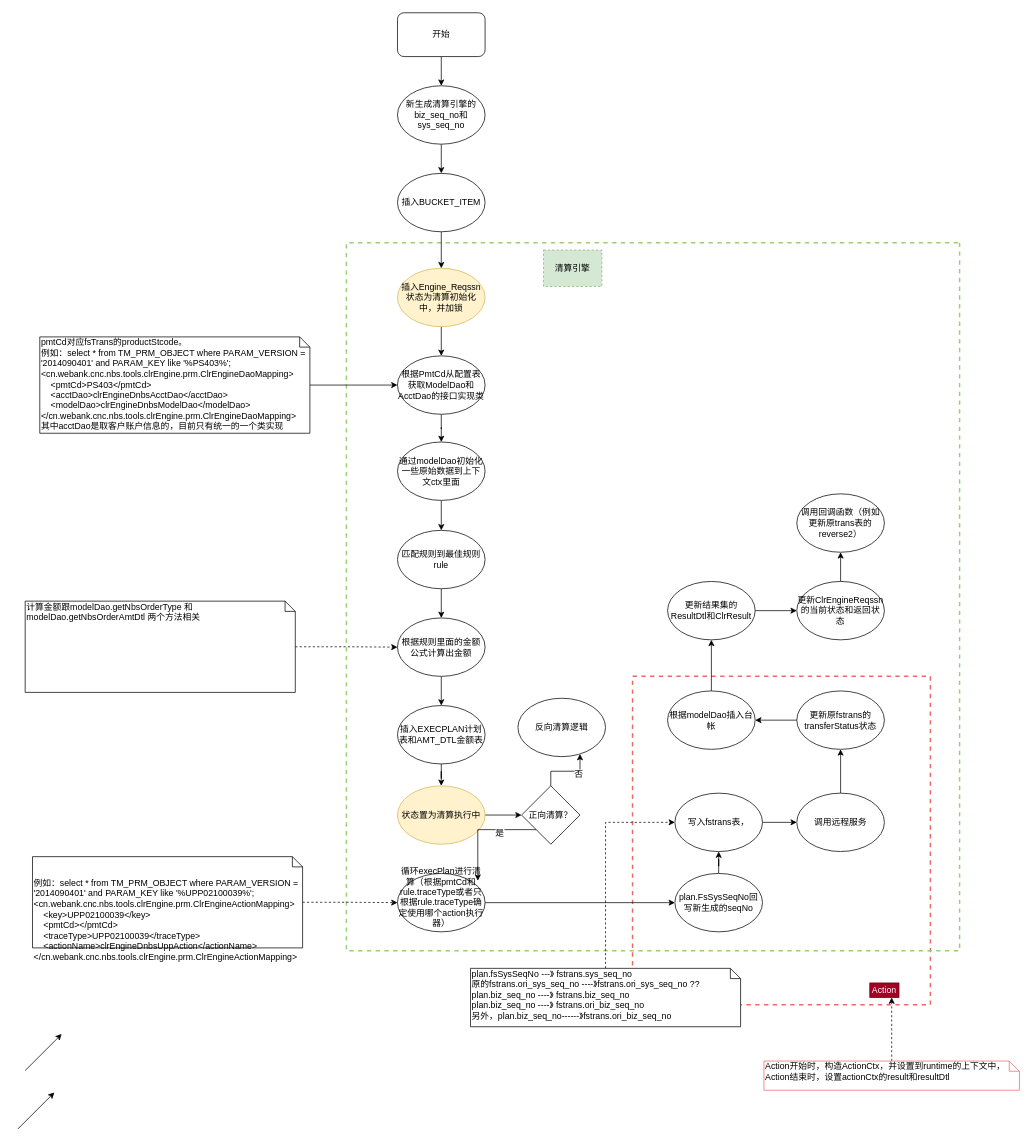
staconfree/design keeps this draw.io diagram as 清算引擎.drawio. Above is the earlier version. Source tidied: cells renumbered, new cells numbered last; positions are measured from the earlier drawing's top-left corner, leaving out a move shared by most shapes. Both pictures are drawn from the tidied source at 73%, with x=0, y=0 at pixel (18, 12).
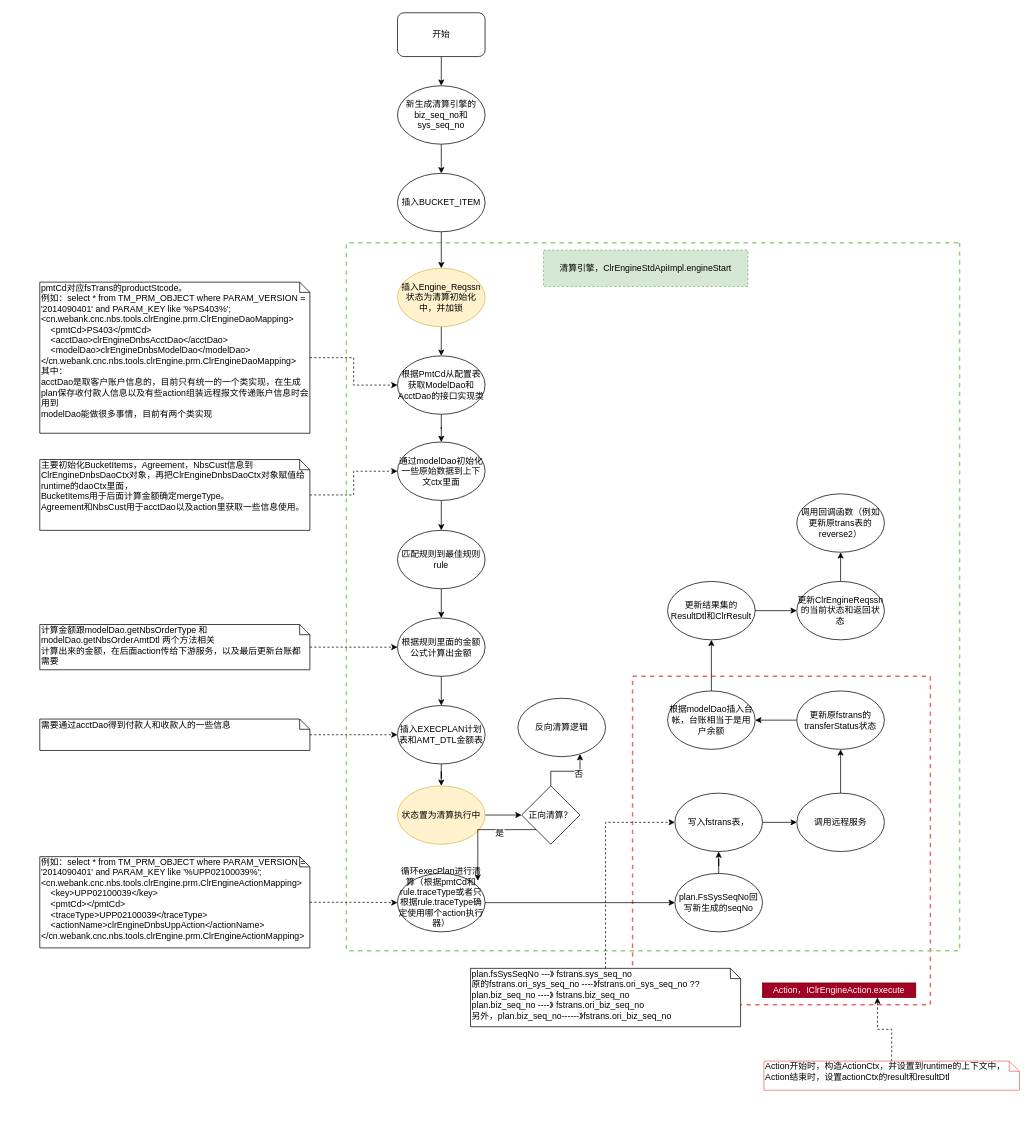
The same page after the edit.

Commit message:
更新清算引擎.drawio

Unchanged cells that the change refers to:
```xml
<mxCell id="11" value="根据PmtCd从配置表获取ModelDao和AcctDao的接口实现类" style="ellipse;whiteSpace=wrap;html=1;" parent="1" vertex="1">
  <mxGeometry x="520" y="470" width="120" height="80" as="geometry" />
</mxCell>
<mxCell id="17" value="通过modelDao初始化一些原始数据到上下文ctx里面" style="ellipse;whiteSpace=wrap;html=1;" parent="1" vertex="1">
  <mxGeometry x="520" y="588" width="120" height="80" as="geometry" />
</mxCell>
<mxCell id="23" value="插入EXECPLAN计划表和AMT_DTL金额表" style="ellipse;whiteSpace=wrap;html=1;" parent="1" vertex="1">
  <mxGeometry x="520" y="949" width="120" height="80" as="geometry" />
</mxCell>
```

Diff of the diagram source:
```diff
@@
-    <mxCell id="12" style="edgeStyle=orthogonalEdgeStyle;rounded=0;jettySize=auto;html=1;entryX=0;entryY=0.5;entryDx=0;entryDy=0;" parent="1" edge="1" source="13" target="11">
+    <mxCell id="12" style="edgeStyle=orthogonalEdgeStyle;rounded=0;jettySize=auto;html=1;entryX=0;entryY=0.5;entryDx=0;entryDy=0;dashed=1;" parent="1" edge="1" source="13" target="11">
       <mxGeometry relative="1" as="geometry" />
     </mxCell>
-    <mxCell id="13" value="pmtCd对应fsTrans的productStcode。&lt;br&gt;例如：select * from TM_PRM_OBJECT where PARAM_VERSION = '2014090401' and PARAM_KEY like '%PS403%';&lt;br&gt;&amp;lt;cn.webank.cnc.nbs.tools.clrEngine.prm.ClrEngineDaoMapping&amp;gt;&lt;br&gt;&amp;nbsp;&amp;nbsp;&amp;nbsp; &amp;lt;pmtCd&amp;gt;PS403&amp;lt;/pmtCd&amp;gt;&lt;br&gt;&amp;nbsp;&amp;nbsp;&amp;nbsp; &amp;lt;acctDao&amp;gt;clrEngineDnbsAcctDao&amp;lt;/acctDao&amp;gt;&lt;br&gt;&amp;nbsp;&amp;nbsp;&amp;nbsp; &amp;lt;modelDao&amp;gt;clrEngineDnbsModelDao&amp;lt;/modelDao&amp;gt;&lt;br&gt;&lt;div&gt;&amp;lt;/cn.webank.cnc.nbs.tools.clrEngine.prm.ClrEngineDaoMapping&amp;gt;&lt;/div&gt;&lt;div&gt;其中acctDao是取客户账户信息的，目前只有统一的一个类实现&lt;br&gt;&lt;/div&gt;" style="shape=note;whiteSpace=wrap;html=1;size=14;verticalAlign=top;align=left;spacingTop=-6;" parent="1" vertex="1">
-      <mxGeometry x="30" y="444" width="370" height="132" as="geometry" />
+    <mxCell id="13" value="pmtCd对应fsTrans的productStcode。&lt;br&gt;例如：select * from TM_PRM_OBJECT where PARAM_VERSION = '2014090401' and PARAM_KEY like '%PS403%';&lt;br&gt;&amp;lt;cn.webank.cnc.nbs.tools.clrEngine.prm.ClrEngineDaoMapping&amp;gt;&lt;br&gt;&amp;nbsp;&amp;nbsp;&amp;nbsp; &amp;lt;pmtCd&amp;gt;PS403&amp;lt;/pmtCd&amp;gt;&lt;br&gt;&amp;nbsp;&amp;nbsp;&amp;nbsp; &amp;lt;acctDao&amp;gt;clrEngineDnbsAcctDao&amp;lt;/acctDao&amp;gt;&lt;br&gt;&amp;nbsp;&amp;nbsp;&amp;nbsp; &amp;lt;modelDao&amp;gt;clrEngineDnbsModelDao&amp;lt;/modelDao&amp;gt;&lt;br&gt;&lt;div&gt;&amp;lt;/cn.webank.cnc.nbs.tools.clrEngine.prm.ClrEngineDaoMapping&amp;gt;&lt;/div&gt;&lt;div&gt;其中：&lt;/div&gt;&lt;div&gt;acctDao是取客户账户信息的，目前只有统一的一个类实现，在生成plan保存收付款人信息以及有些action组装远程报文传递账户信息时会用到&lt;/div&gt;&lt;div&gt;modelDao能做很多事情，目前有两个类实现&lt;br&gt;&lt;/div&gt;" style="shape=note;whiteSpace=wrap;html=1;size=14;verticalAlign=top;align=left;spacingTop=-6;" parent="1" vertex="1">
+      <mxGeometry x="30" y="369" width="370" height="207" as="geometry" />
     </mxCell>
@@
-    <mxCell id="29" value="&lt;div&gt;&lt;br&gt;&lt;/div&gt;&lt;div&gt;&lt;br&gt;&lt;/div&gt;&lt;div&gt;例如：select * from TM_PRM_OBJECT where PARAM_VERSION = '2014090401' and PARAM_KEY like '%UPP02100039%';&lt;/div&gt;&amp;lt;cn.webank.cnc.nbs.tools.clrEngine.prm.ClrEngineActionMapping&amp;gt;&lt;br&gt;&amp;nbsp;&amp;nbsp;&amp;nbsp; &amp;lt;key&amp;gt;UPP02100039&amp;lt;/key&amp;gt;&lt;br&gt;&amp;nbsp;&amp;nbsp;&amp;nbsp; &amp;lt;pmtCd&amp;gt;&amp;lt;/pmtCd&amp;gt;&lt;br&gt;&amp;nbsp;&amp;nbsp;&amp;nbsp; &amp;lt;traceType&amp;gt;UPP02100039&amp;lt;/traceType&amp;gt;&lt;br&gt;&amp;nbsp;&amp;nbsp;&amp;nbsp; &amp;lt;actionName&amp;gt;clrEngineDnbsUppAction&amp;lt;/actionName&amp;gt;&lt;br&gt;&amp;lt;/cn.webank.cnc.nbs.tools.clrEngine.prm.ClrEngineActionMapping&amp;gt;" style="shape=note;whiteSpace=wrap;html=1;size=14;verticalAlign=top;align=left;spacingTop=-6;" parent="1" vertex="1">
-      <mxGeometry x="20" y="1156" width="370" height="125" as="geometry" />
+    <mxCell id="29" value="&lt;div&gt;例如：select * from TM_PRM_OBJECT where PARAM_VERSION = '2014090401' and PARAM_KEY like '%UPP02100039%';&lt;/div&gt;&amp;lt;cn.webank.cnc.nbs.tools.clrEngine.prm.ClrEngineActionMapping&amp;gt;&lt;br&gt;&amp;nbsp;&amp;nbsp;&amp;nbsp; &amp;lt;key&amp;gt;UPP02100039&amp;lt;/key&amp;gt;&lt;br&gt;&amp;nbsp;&amp;nbsp;&amp;nbsp; &amp;lt;pmtCd&amp;gt;&amp;lt;/pmtCd&amp;gt;&lt;br&gt;&amp;nbsp;&amp;nbsp;&amp;nbsp; &amp;lt;traceType&amp;gt;UPP02100039&amp;lt;/traceType&amp;gt;&lt;br&gt;&amp;nbsp;&amp;nbsp;&amp;nbsp; &amp;lt;actionName&amp;gt;clrEngineDnbsUppAction&amp;lt;/actionName&amp;gt;&lt;br&gt;&amp;lt;/cn.webank.cnc.nbs.tools.clrEngine.prm.ClrEngineActionMapping&amp;gt;" style="shape=note;whiteSpace=wrap;html=1;size=14;verticalAlign=top;align=left;spacingTop=-6;" parent="1" vertex="1">
+      <mxGeometry x="30" y="1156" width="370" height="125" as="geometry" />
     </mxCell>
@@
-    <mxCell id="41" value="根据modelDao插入台帐" style="ellipse;whiteSpace=wrap;html=1;" parent="1" vertex="1">
+    <mxCell id="41" value="根据modelDao插入台帐，台账相当于是用户余额" style="ellipse;whiteSpace=wrap;html=1;" parent="1" vertex="1">
       <mxGeometry x="890" y="929" width="120" height="80" as="geometry" />
     </mxCell>
@@
-    <mxCell id="43" value="计算金额跟modelDao.getNbsOrderType 和modelDao.getNbsOrderAmtDtl 两个方法相关" style="shape=note;whiteSpace=wrap;html=1;size=14;verticalAlign=top;align=left;spacingTop=-6;" parent="1" vertex="1">
-      <mxGeometry x="10" y="806" width="370" height="125" as="geometry" />
+    <mxCell id="43" value="计算金额跟modelDao.getNbsOrderType 和modelDao.getNbsOrderAmtDtl 两个方法相关&lt;br&gt;计算出来的金额，在后面action传给下游服务，以及最后更新台账都需要" style="shape=note;whiteSpace=wrap;html=1;size=14;verticalAlign=top;align=left;spacingTop=-6;" parent="1" vertex="1">
+      <mxGeometry x="30" y="838" width="370" height="62" as="geometry" />
     </mxCell>
@@
-    <mxCell id="47" value="&lt;div&gt;清算引擎&lt;/div&gt;" style="text;html=1;strokeColor=#82b366;fillColor=#d5e8d4;align=center;verticalAlign=middle;whiteSpace=wrap;rounded=0;dashed=1;" parent="1" vertex="1">
-      <mxGeometry x="720" y="325" width="80" height="50" as="geometry" />
+    <mxCell id="47" value="&lt;div&gt;清算引擎，ClrEngineStdApiImpl.engineStart&lt;/div&gt;" style="text;html=1;strokeColor=#82b366;fillColor=#d5e8d4;align=center;verticalAlign=middle;whiteSpace=wrap;rounded=0;dashed=1;" parent="1" vertex="1">
+      <mxGeometry x="720" y="325" width="280" height="50" as="geometry" />
     </mxCell>
@@
-    <mxCell id="55" style="endArrow=classic;html=1;" parent="1" edge="1">
-      <mxGeometry relative="1" as="geometry">
-        <mxPoint x="10" y="1449" as="sourcePoint" />
-        <mxPoint x="60" y="1399" as="targetPoint" />
-      </mxGeometry>
-    </mxCell>
@@
-    <mxCell id="57" style="endArrow=classic;html=1;" parent="1" edge="1">
-      <mxGeometry relative="1" as="geometry">
-        <mxPoint y="1529" as="sourcePoint" />
-        <mxPoint x="50" y="1479" as="targetPoint" />
-      </mxGeometry>
-    </mxCell>
-    <mxCell id="58" value="Action" style="text;html=1;strokeColor=#6F0000;fillColor=#a20025;align=center;verticalAlign=middle;whiteSpace=wrap;rounded=0;fontColor=#ffffff;" parent="1" vertex="1">
-      <mxGeometry x="1167" y="1329" width="40" height="20" as="geometry" />
+    <mxCell id="58" value="Action，IClrEngineAction.execute" style="text;html=1;strokeColor=#6F0000;fillColor=#a20025;align=center;verticalAlign=middle;whiteSpace=wrap;rounded=0;fontColor=#ffffff;" parent="1" vertex="1">
+      <mxGeometry x="1020" y="1329" width="210" height="20" as="geometry" />
     </mxCell>
@@
+    <mxCell id="61" style="edgeStyle=orthogonalEdgeStyle;rounded=0;jettySize=auto;html=1;dashed=1;" parent="1" edge="1" source="62" target="17">
+      <mxGeometry relative="1" as="geometry" />
+    </mxCell>
+    <mxCell id="62" value="&lt;div&gt;主要初始化BucketItems，Agreement，NbsCust信息到ClrEngineDnbsDaoCtx对象，再把ClrEngineDnbsDaoCtx对象赋值给runtime的daoCtx里面，&lt;/div&gt;&lt;div&gt;BucketItems用于后面计算金额确定mergeType。&lt;/div&gt;&lt;div&gt;Agreement和NbsCust用于acctDao以及action里获取一些信息使用。&lt;/div&gt;" style="shape=note;whiteSpace=wrap;html=1;size=14;verticalAlign=top;align=left;spacingTop=-6;" parent="1" vertex="1">
+      <mxGeometry x="30" y="612" width="370" height="97" as="geometry" />
+    </mxCell>
+    <mxCell id="63" style="edgeStyle=orthogonalEdgeStyle;rounded=0;jettySize=auto;html=1;dashed=1;" parent="1" edge="1" source="64" target="23">
+      <mxGeometry relative="1" as="geometry" />
+    </mxCell>
+    <mxCell id="64" value="需要通过acctDao得到付款人和收款人的一些信息" style="shape=note;whiteSpace=wrap;html=1;size=14;verticalAlign=top;align=left;spacingTop=-6;" parent="1" vertex="1">
+      <mxGeometry x="30" y="967.5" width="370" height="43" as="geometry" />
+    </mxCell>
```
